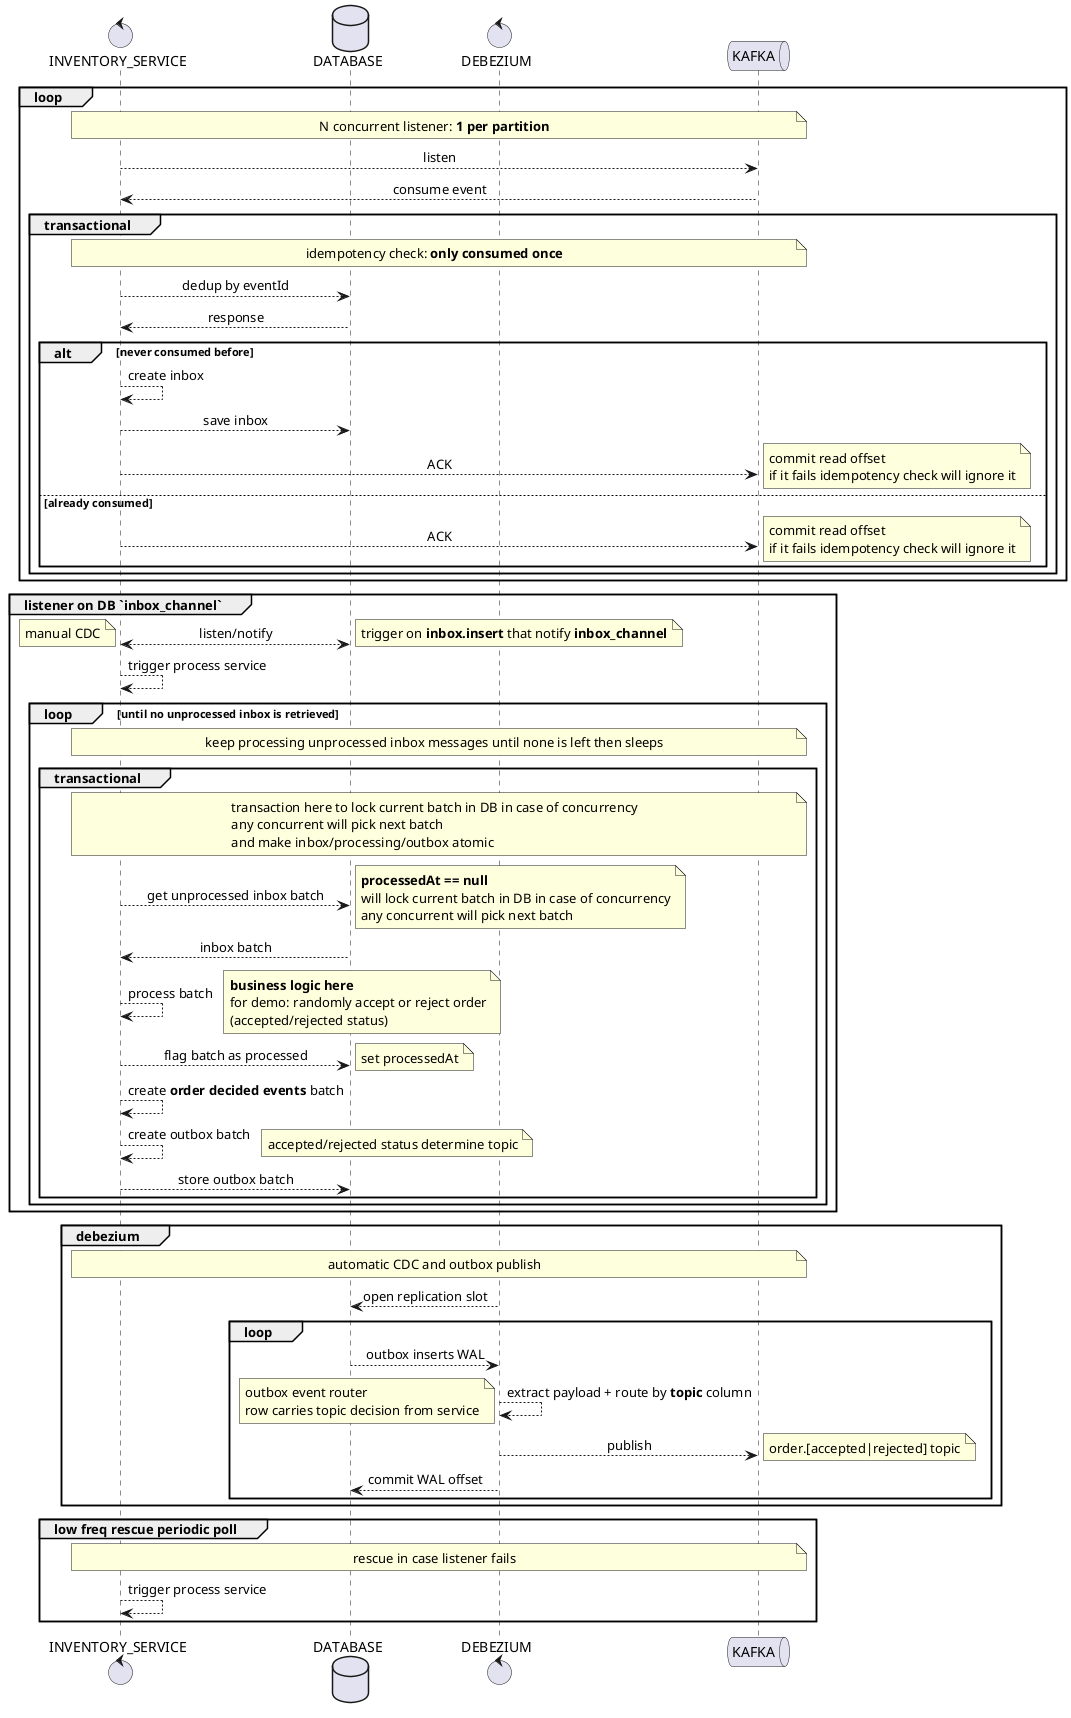
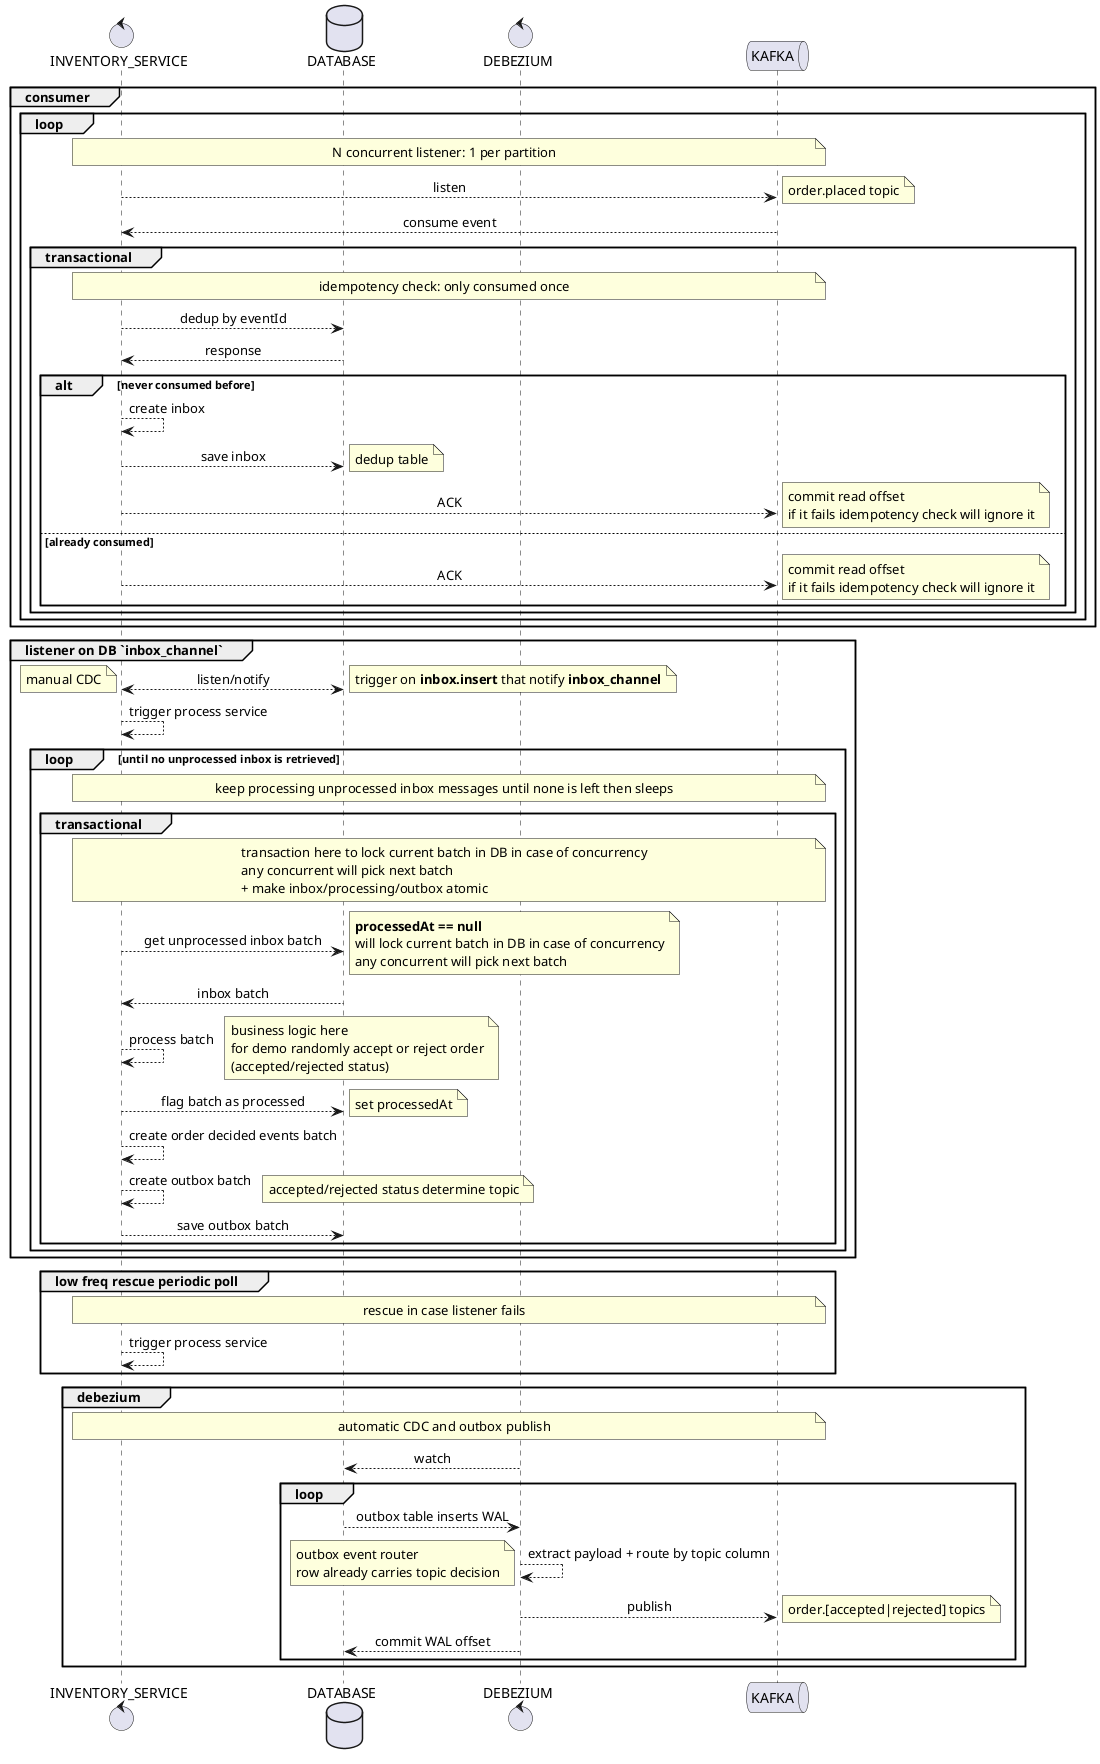
@startuml
skinparam sequenceMessageAlign center

control INVENTORY_SERVICE as SERVICE
database DATABASE as DB
control DEBEZIUM as Z
queue KAFKA as K

- loop
-     note across: N concurrent listener: **1 per partition**
-     SERVICE --> K: listen
-     K --> SERVICE: consume event
-     group transactional
-         note across: idempotency check: **only consumed once**
-         SERVICE --> DB: dedup by eventId
-         DB --> SERVICE: response
-         alt never consumed before
-             SERVICE --> SERVICE: create inbox
-             SERVICE --> DB: save inbox
-             SERVICE --> K: ACK
-             note right: commit read offset\nif it fails idempotency check will ignore it
-         else already consumed
-             SERVICE --> K: ACK
-             note right: commit read offset\nif it fails idempotency check will ignore it
+ group consumer
+     loop
+         note across: N concurrent listener: 1 per partition
+         SERVICE --> K: listen
+         note right: order.placed topic
+         K --> SERVICE: consume event
+         group transactional
+             note across: idempotency check: only consumed once
+             SERVICE --> DB: dedup by eventId
+             DB --> SERVICE: response
+             alt never consumed before
+                 SERVICE --> SERVICE: create inbox
+                 SERVICE --> DB: save inbox
+                 note right: dedup table
+                 SERVICE --> K: ACK
+                 note right: commit read offset\nif it fails idempotency check will ignore it
+             else already consumed
+                 SERVICE --> K: ACK
+                 note right: commit read offset\nif it fails idempotency check will ignore it
+             end
        end
    end
end

group listener on DB `inbox_channel`
    SERVICE <--> DB: listen/notify
    note left: manual CDC
    note right: trigger on **inbox.insert** that notify **inbox_channel**
    SERVICE --> SERVICE: trigger process service
    loop until no unprocessed inbox is retrieved
        note across: keep processing unprocessed inbox messages until none is left then sleeps
        group transactional
-             note across: transaction here to lock current batch in DB in case of concurrency\nany concurrent will pick next batch\nand make inbox/processing/outbox atomic
+             note across: transaction here to lock current batch in DB in case of concurrency\nany concurrent will pick next batch\n+ make inbox/processing/outbox atomic
            SERVICE --> DB: get unprocessed inbox batch
            note right: **processedAt == null**\nwill lock current batch in DB in case of concurrency\nany concurrent will pick next batch
            DB --> SERVICE: inbox batch
            SERVICE --> SERVICE: process batch
-             note right: **business logic here**\nfor demo: randomly accept or reject order\n(accepted/rejected status)
+             note right: business logic here\nfor demo randomly accept or reject order\n(accepted/rejected status)
            SERVICE --> DB: flag batch as processed
            note right: set processedAt
-             SERVICE --> SERVICE: create **order decided events** batch
+             SERVICE --> SERVICE: create order decided events batch
            SERVICE --> SERVICE: create outbox batch
            note right: accepted/rejected status determine topic
-             SERVICE --> DB: store outbox batch
+             SERVICE --> DB: save outbox batch
        end
-     end
- end
- 
- group debezium
-     note across: automatic CDC and outbox publish
-     Z --> DB: open replication slot
-     loop
-         DB --> Z: outbox inserts WAL
-         Z --> Z: extract payload + route by **topic** column
-         note left: outbox event router\nrow carries topic decision from service
-         Z --> K: publish
-         note right: order.[accepted|rejected] topic
-         Z --> DB: commit WAL offset
    end
end

group low freq rescue periodic poll
    note across: rescue in case listener fails
    SERVICE --> SERVICE: trigger process service
end
+ 
+ group debezium
+     note across: automatic CDC and outbox publish
+     Z --> DB: watch
+     loop
+         DB --> Z: outbox table inserts WAL
+         Z --> Z: extract payload + route by topic column
+         note left: outbox event router\nrow already carries topic decision
+         Z --> K: publish
+         note right: order.[accepted|rejected] topics
+         Z --> DB: commit WAL offset
+     end
+ end
@enduml
